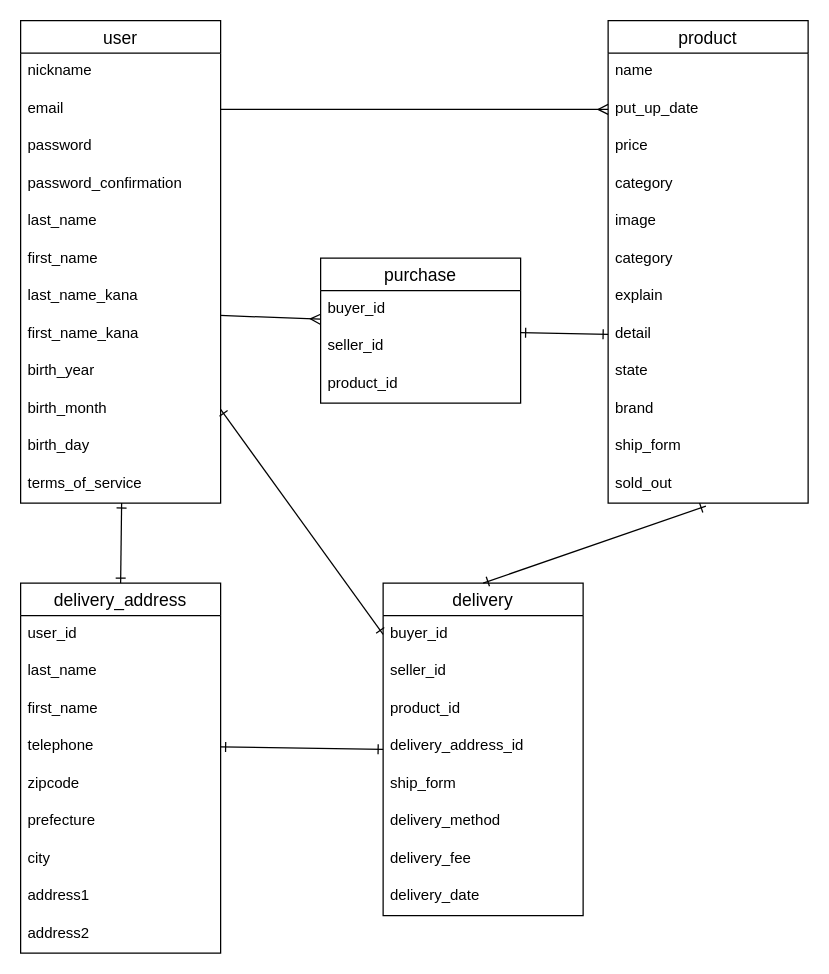
The draw.io diagram ER.dio in masato-kobayashi5427/furima-38642, before the edit. Source tidied: cells renumbered, new cells numbered last; positions are measured from the earlier drawing's top-left corner, leaving out a move shared by most shapes. Both pictures are drawn from the tidied source at 125%, with x=0, y=0 at pixel (20, 20).
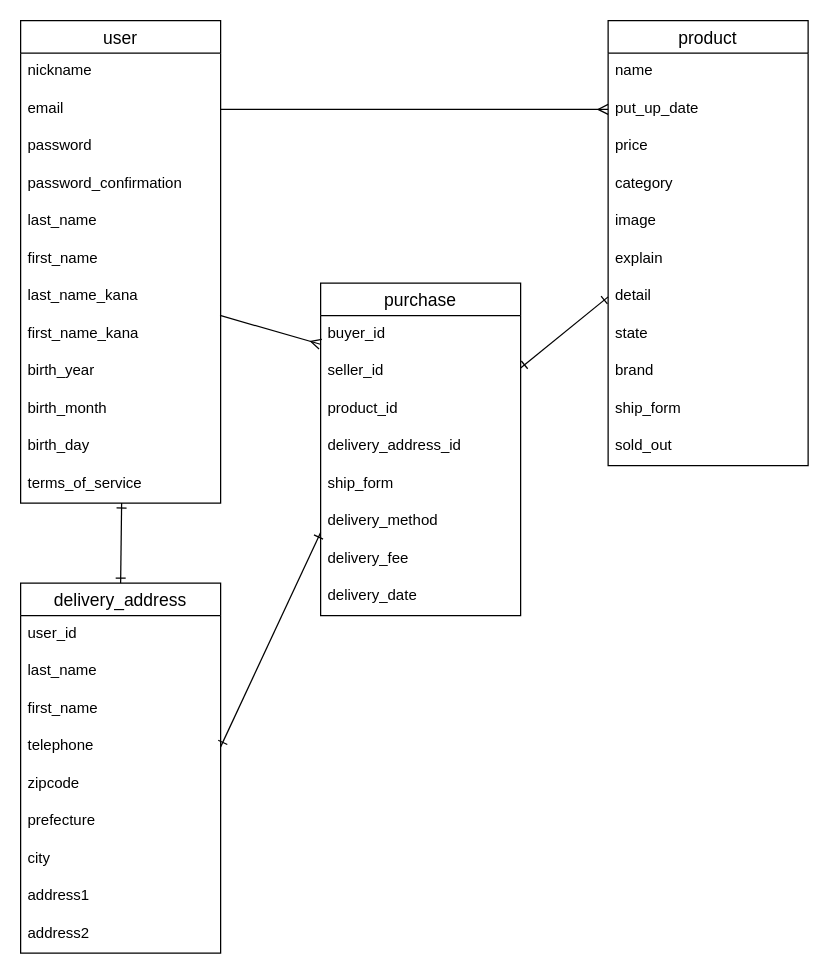
After the change.

Commit message (it also covers changes not shown here):
READMEの設計情報

Unchanged cells that the change refers to:
```xml
<mxCell id="12" value="birth_month" style="text;strokeColor=none;fillColor=none;spacingLeft=4;spacingRight=4;overflow=hidden;points=[[0,0.5],[1,0.5]];portConstraint=eastwest;fontSize=12;" parent="2" vertex="1">
  <mxGeometry y="296" width="160" height="30" as="geometry" />
</mxCell>
<mxCell id="36" value="telephone" style="text;strokeColor=none;fillColor=none;spacingLeft=4;spacingRight=4;overflow=hidden;points=[[0,0.5],[1,0.5]];portConstraint=eastwest;fontSize=12;" parent="32" vertex="1">
  <mxGeometry y="116" width="160" height="30" as="geometry" />
</mxCell>
```

Diff of the diagram source:
```diff
@@
     <mxCell id="15" value="product" style="swimlane;fontStyle=0;horizontal=1;startSize=26;align=center;fontSize=14;" parent="1" vertex="1">
-      <mxGeometry x="470" width="160" height="386" as="geometry" />
+      <mxGeometry x="470" width="160" height="356" as="geometry" />
     </mxCell>
@@
-    <mxCell id="21" value="category" style="text;strokeColor=none;fillColor=none;spacingLeft=4;spacingRight=4;overflow=hidden;fontSize=12;" parent="15" vertex="1">
-      <mxGeometry y="176" width="160" height="30" as="geometry" />
-    </mxCell>
     <mxCell id="22" value="explain" style="text;strokeColor=none;fillColor=none;spacingLeft=4;spacingRight=4;overflow=hidden;fontSize=12;" parent="15" vertex="1">
-      <mxGeometry y="206" width="160" height="30" as="geometry" />
+      <mxGeometry y="176" width="160" height="30" as="geometry" />
     </mxCell>
     <mxCell id="23" value="detail" style="text;strokeColor=none;fillColor=none;spacingLeft=4;spacingRight=4;overflow=hidden;points=[[0,0.5],[1,0.5]];portConstraint=eastwest;fontSize=12;" parent="15" vertex="1">
-      <mxGeometry y="236" width="160" height="30" as="geometry" />
+      <mxGeometry y="206" width="160" height="30" as="geometry" />
     </mxCell>
     <mxCell id="24" value="state" style="text;strokeColor=none;fillColor=none;spacingLeft=4;spacingRight=4;overflow=hidden;fontSize=12;" parent="15" vertex="1">
-      <mxGeometry y="266" width="160" height="30" as="geometry" />
+      <mxGeometry y="236" width="160" height="30" as="geometry" />
     </mxCell>
     <mxCell id="25" value="brand" style="text;strokeColor=none;fillColor=none;spacingLeft=4;spacingRight=4;overflow=hidden;fontSize=12;" parent="15" vertex="1">
-      <mxGeometry y="296" width="160" height="30" as="geometry" />
+      <mxGeometry y="266" width="160" height="30" as="geometry" />
     </mxCell>
     <mxCell id="26" value="ship_form" style="text;strokeColor=none;fillColor=none;spacingLeft=4;spacingRight=4;overflow=hidden;fontSize=12;" parent="15" vertex="1">
-      <mxGeometry y="326" width="160" height="30" as="geometry" />
+      <mxGeometry y="296" width="160" height="30" as="geometry" />
     </mxCell>
     <mxCell id="27" value="sold_out" style="text;strokeColor=none;fillColor=none;spacingLeft=4;spacingRight=4;overflow=hidden;points=[[0,0.5],[1,0.5]];portConstraint=eastwest;fontSize=12;" parent="15" vertex="1">
-      <mxGeometry y="356" width="160" height="30" as="geometry" />
+      <mxGeometry y="326" width="160" height="30" as="geometry" />
     </mxCell>
     <mxCell id="28" value="purchase" style="swimlane;fontStyle=0;horizontal=1;startSize=26;align=center;fontSize=14;" parent="1" vertex="1">
-      <mxGeometry x="240" y="190" width="160" height="116" as="geometry" />
+      <mxGeometry x="240" y="210" width="160" height="266" as="geometry" />
     </mxCell>
@@
+    <mxCell id="46" value="delivery_address_id" style="text;strokeColor=none;fillColor=none;spacingLeft=4;spacingRight=4;overflow=hidden;fontSize=12;" parent="28" vertex="1">
+      <mxGeometry y="116" width="160" height="30" as="geometry" />
+    </mxCell>
+    <mxCell id="47" value="ship_form" style="text;strokeColor=none;fillColor=none;spacingLeft=4;spacingRight=4;overflow=hidden;fontSize=12;" parent="28" vertex="1">
+      <mxGeometry y="146" width="160" height="30" as="geometry" />
+    </mxCell>
+    <mxCell id="48" value="delivery_method" style="text;strokeColor=none;fillColor=none;spacingLeft=4;spacingRight=4;overflow=hidden;fontSize=12;" parent="28" vertex="1">
+      <mxGeometry y="176" width="160" height="30" as="geometry" />
+    </mxCell>
+    <mxCell id="49" value="delivery_fee" style="text;strokeColor=none;fillColor=none;spacingLeft=4;spacingRight=4;overflow=hidden;fontSize=12;" parent="28" vertex="1">
+      <mxGeometry y="206" width="160" height="30" as="geometry" />
+    </mxCell>
+    <mxCell id="50" value="delivery_date" style="text;strokeColor=none;fillColor=none;spacingLeft=4;spacingRight=4;overflow=hidden;fontSize=12;" parent="28" vertex="1">
+      <mxGeometry y="236" width="160" height="30" as="geometry" />
+    </mxCell>
@@
-    <mxCell id="42" value="delivery" style="swimlane;fontStyle=0;horizontal=1;startSize=26;align=center;fontSize=14;" parent="1" vertex="1">
-      <mxGeometry x="290" y="450" width="160" height="266" as="geometry" />
-    </mxCell>
-    <mxCell id="43" value="buyer_id" style="text;strokeColor=none;fillColor=none;spacingLeft=4;spacingRight=4;overflow=hidden;points=[[0,0.5],[1,0.5]];portConstraint=eastwest;fontSize=12;" parent="42" vertex="1">
-      <mxGeometry y="26" width="160" height="30" as="geometry" />
-    </mxCell>
-    <mxCell id="44" value="seller_id" style="text;strokeColor=none;fillColor=none;spacingLeft=4;spacingRight=4;overflow=hidden;fontSize=12;" parent="42" vertex="1">
-      <mxGeometry y="56" width="160" height="30" as="geometry" />
-    </mxCell>
-    <mxCell id="45" value="product_id" style="text;strokeColor=none;fillColor=none;spacingLeft=4;spacingRight=4;overflow=hidden;fontSize=12;" parent="42" vertex="1">
-      <mxGeometry y="86" width="160" height="30" as="geometry" />
-    </mxCell>
-    <mxCell id="46" value="delivery_address_id" style="text;strokeColor=none;fillColor=none;spacingLeft=4;spacingRight=4;overflow=hidden;fontSize=12;" parent="42" vertex="1">
-      <mxGeometry y="116" width="160" height="30" as="geometry" />
-    </mxCell>
-    <mxCell id="47" value="ship_form" style="text;strokeColor=none;fillColor=none;spacingLeft=4;spacingRight=4;overflow=hidden;fontSize=12;" parent="42" vertex="1">
-      <mxGeometry y="146" width="160" height="30" as="geometry" />
-    </mxCell>
-    <mxCell id="48" value="delivery_method" style="text;strokeColor=none;fillColor=none;spacingLeft=4;spacingRight=4;overflow=hidden;fontSize=12;" parent="42" vertex="1">
-      <mxGeometry y="176" width="160" height="30" as="geometry" />
-    </mxCell>
-    <mxCell id="49" value="delivery_fee" style="text;strokeColor=none;fillColor=none;spacingLeft=4;spacingRight=4;overflow=hidden;fontSize=12;" parent="42" vertex="1">
-      <mxGeometry y="206" width="160" height="30" as="geometry" />
-    </mxCell>
-    <mxCell id="50" value="delivery_date" style="text;strokeColor=none;fillColor=none;spacingLeft=4;spacingRight=4;overflow=hidden;fontSize=12;" parent="42" vertex="1">
-      <mxGeometry y="236" width="160" height="30" as="geometry" />
-    </mxCell>
@@
-    <mxCell id="52" style="edgeStyle=none;html=1;entryX=0.5;entryY=0;entryDx=0;entryDy=0;endArrow=ERone;endFill=0;startArrow=ERone;startFill=0;exitX=0.489;exitY=1.079;exitDx=0;exitDy=0;exitPerimeter=0;" parent="1" edge="1" source="27" target="42">
-      <mxGeometry relative="1" as="geometry" />
-    </mxCell>
@@
-    <mxCell id="56" style="edgeStyle=none;html=1;exitX=1;exitY=0.5;exitDx=0;exitDy=0;entryX=0;entryY=0.5;entryDx=0;entryDy=0;startArrow=ERone;startFill=0;endArrow=ERone;endFill=0;" parent="1" edge="1" source="36" target="42">
-      <mxGeometry relative="1" as="geometry" />
-    </mxCell>
-    <mxCell id="57" style="edgeStyle=none;html=1;exitX=1;exitY=0.5;exitDx=0;exitDy=0;entryX=0;entryY=0.5;entryDx=0;entryDy=0;startArrow=ERone;startFill=0;endArrow=ERone;endFill=0;" parent="1" edge="1" source="12" target="43">
-      <mxGeometry relative="1" as="geometry" />
-    </mxCell>
+    <mxCell id="58" style="edgeStyle=none;html=1;exitX=1;exitY=0.5;exitDx=0;exitDy=0;entryX=0;entryY=0.75;entryDx=0;entryDy=0;startArrow=ERone;startFill=0;endArrow=ERone;endFill=0;" parent="1" edge="1" source="36" target="28">
+      <mxGeometry relative="1" as="geometry" />
+    </mxCell>
```
